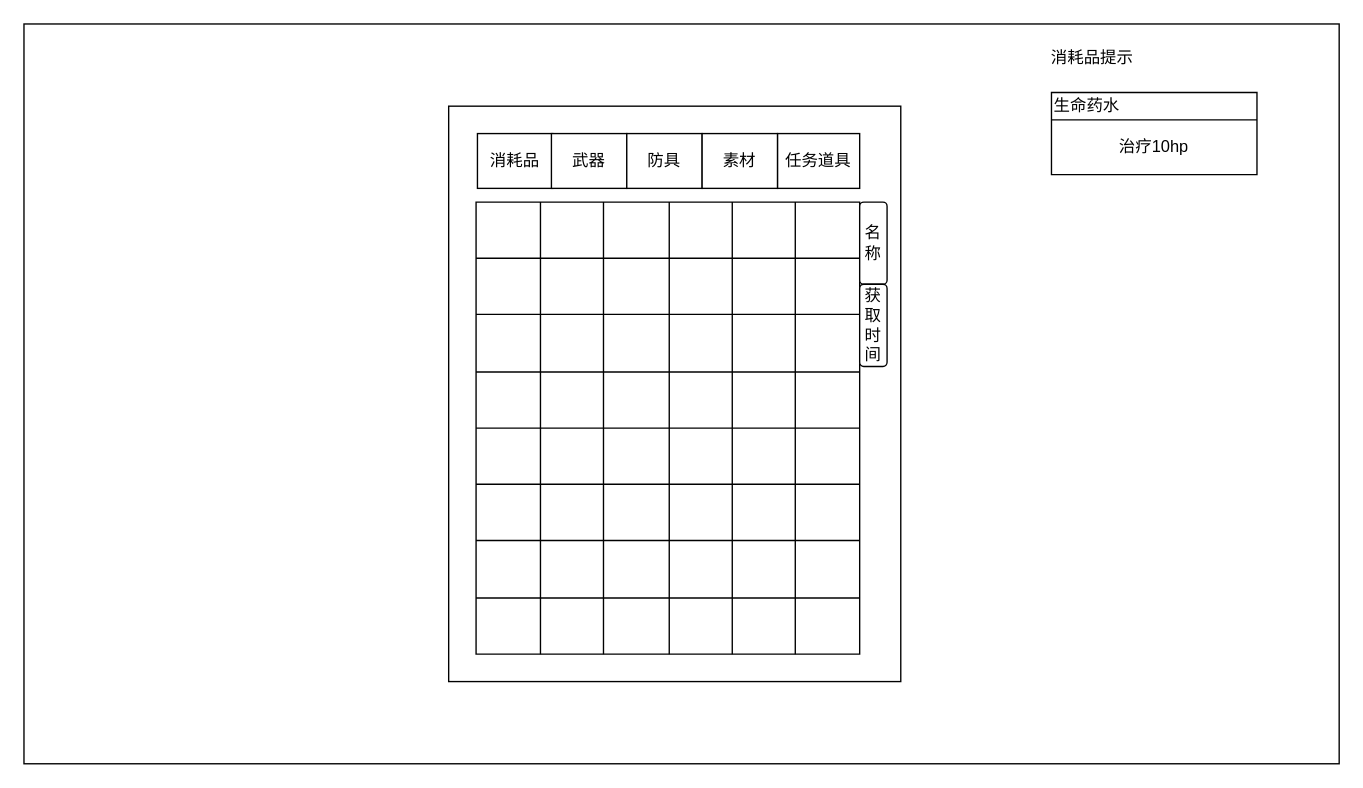
Before: inventory_ui.drawio in ssw940521/archerBackend, a draw.io diagram. Source tidied: cells renumbered, new cells numbered last; positions are measured from the earlier drawing's top-left corner, leaving out a move shared by most shapes. Both pictures are drawn from the tidied source at 137%, with x=0, y=0 at pixel (23, 23).
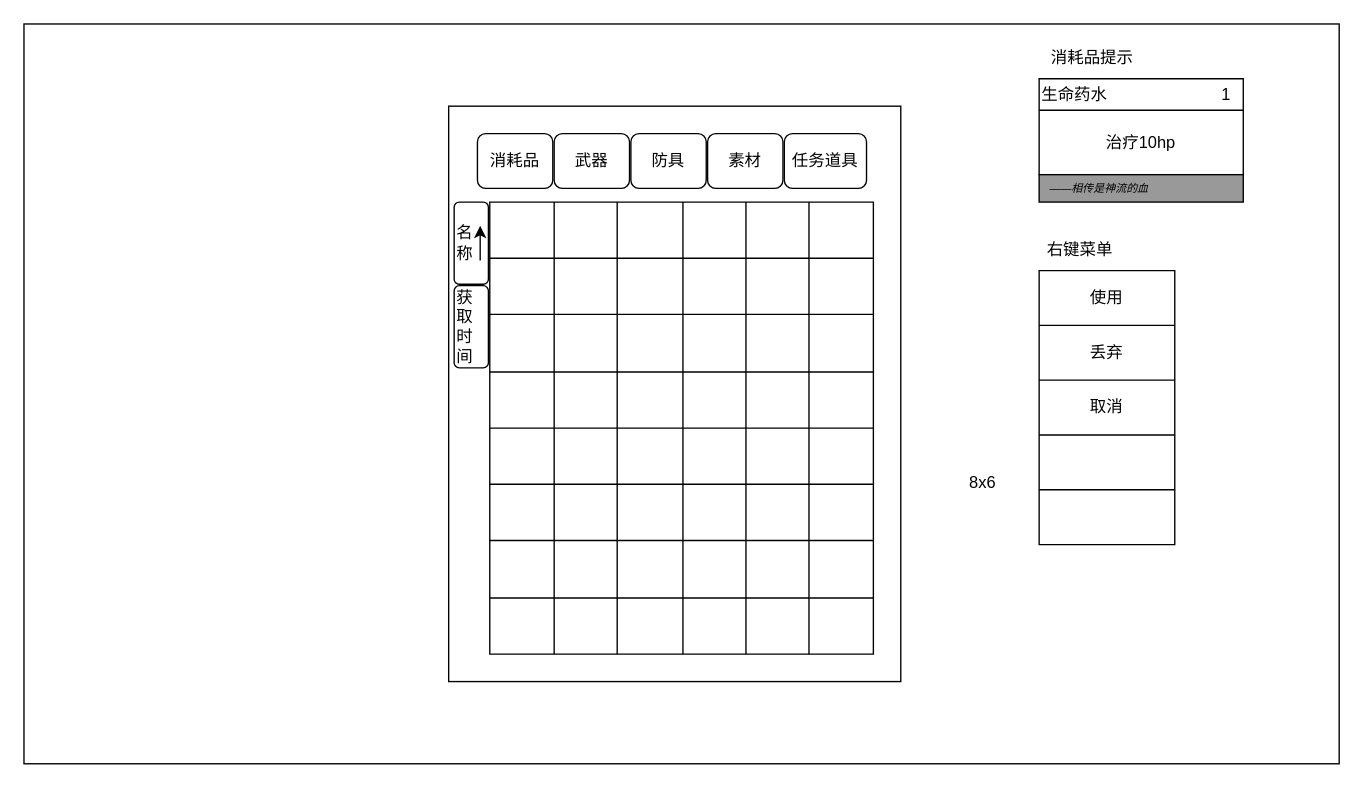
The same page after the edit.

The edit, as a diff of the source:
```diff
@@
-    <mxCell id="4" value="消耗品" style="rounded=0;whiteSpace=wrap;html=1;" parent="1" vertex="1">
+    <mxCell id="4" value="消耗品" style="rounded=1;whiteSpace=wrap;html=1;" parent="1" vertex="1">
       <mxGeometry x="331" y="80" width="55" height="40" as="geometry" />
     </mxCell>
-    <mxCell id="5" value="武器" style="rounded=0;whiteSpace=wrap;html=1;" parent="1" vertex="1">
-      <mxGeometry x="385" y="80" width="55" height="40" as="geometry" />
+    <mxCell id="5" value="武器" style="rounded=1;whiteSpace=wrap;html=1;" parent="1" vertex="1">
+      <mxGeometry x="387" y="80" width="55" height="40" as="geometry" />
     </mxCell>
-    <mxCell id="6" value="防具" style="rounded=0;whiteSpace=wrap;html=1;" parent="1" vertex="1">
-      <mxGeometry x="440" y="80" width="55" height="40" as="geometry" />
+    <mxCell id="6" value="防具" style="rounded=1;whiteSpace=wrap;html=1;" parent="1" vertex="1">
+      <mxGeometry x="443" y="80" width="55" height="40" as="geometry" />
     </mxCell>
-    <mxCell id="7" value="任务道具" style="rounded=0;whiteSpace=wrap;html=1;" parent="1" vertex="1">
-      <mxGeometry x="550" y="80" width="60" height="40" as="geometry" />
+    <mxCell id="7" value="任务道具" style="rounded=1;whiteSpace=wrap;html=1;" parent="1" vertex="1">
+      <mxGeometry x="555" y="80" width="60" height="40" as="geometry" />
     </mxCell>
-    <mxCell id="8" style="shape=table;startSize=0;childLayout=tableLayout;fillColor=none;" parent="1" vertex="1">
-      <mxGeometry x="330" y="130" width="280" height="330" as="geometry" />
+    <mxCell id="8" style="shape=table;startSize=0;childLayout=tableLayout;fillColor=none;rounded=0;shadow=0;" parent="1" vertex="1">
+      <mxGeometry x="340" y="130" width="280" height="330" as="geometry" />
     </mxCell>
@@
-    <mxCell id="65" value="素材" style="rounded=0;whiteSpace=wrap;html=1;" parent="1" vertex="1">
-      <mxGeometry x="495" y="80" width="55" height="40" as="geometry" />
+    <mxCell id="65" value="素材" style="rounded=1;whiteSpace=wrap;html=1;" parent="1" vertex="1">
+      <mxGeometry x="499" y="80" width="55" height="40" as="geometry" />
     </mxCell>
@@
     <mxCell id="67" style="shape=table;startSize=0;childLayout=tableLayout;" parent="1" vertex="1">
-      <mxGeometry x="750" y="50" width="150" height="60" as="geometry" />
+      <mxGeometry x="741" y="40" width="149" height="70" as="geometry" />
     </mxCell>
     <mxCell id="68" style="shape=tableRow;horizontal=0;startSize=0;swimlaneHead=0;swimlaneBody=0;strokeColor=inherit;top=0;left=0;bottom=0;right=0;fillColor=none;" parent="67" vertex="1">
-      <mxGeometry width="150" height="20" as="geometry" />
+      <mxGeometry width="149" height="23" as="geometry" />
     </mxCell>
-    <mxCell id="69" value="生命药水" style="shape=partialRectangle;html=1;whiteSpace=wrap;strokeColor=inherit;overflow=hidden;fillColor=none;top=0;left=0;bottom=0;right=0;align=left;" parent="68" vertex="1">
-      <mxGeometry width="150" height="20" as="geometry" />
+    <mxCell id="69" value="生命药水&amp;nbsp; &amp;nbsp; &amp;nbsp; &amp;nbsp; &amp;nbsp; &amp;nbsp; &amp;nbsp; &amp;nbsp; &amp;nbsp; &amp;nbsp; &amp;nbsp; &amp;nbsp; &amp;nbsp;1" style="shape=partialRectangle;html=1;whiteSpace=wrap;strokeColor=inherit;overflow=hidden;fillColor=none;top=0;left=0;bottom=0;right=0;align=left;" parent="68" vertex="1">
+      <mxGeometry width="149" height="23" as="geometry" />
     </mxCell>
     <mxCell id="70" style="shape=tableRow;horizontal=0;startSize=0;swimlaneHead=0;swimlaneBody=0;strokeColor=inherit;top=0;left=0;bottom=0;right=0;fillColor=none;" parent="67" vertex="1">
-      <mxGeometry y="20" width="150" height="40" as="geometry" />
+      <mxGeometry y="23" width="149" height="47" as="geometry" />
     </mxCell>
     <mxCell id="71" value="治疗10h&lt;span style=&quot;background-color: transparent; color: light-dark(rgb(0, 0, 0), rgb(255, 255, 255));&quot;&gt;p&lt;/span&gt;" style="shape=partialRectangle;html=1;whiteSpace=wrap;strokeColor=inherit;overflow=hidden;fillColor=none;top=0;left=0;bottom=0;right=0;" parent="70" vertex="1">
-      <mxGeometry width="150" height="40" as="geometry" />
+      <mxGeometry width="149" height="47" as="geometry" />
     </mxCell>
+    <mxCell id="73" value="获取时间" style="rounded=1;whiteSpace=wrap;html=1;align=left;" parent="1" vertex="1">
+      <mxGeometry x="314" y="191" width="25" height="60" as="geometry" />
+    </mxCell>
+    <mxCell id="74" value="8x6" style="text;strokeColor=none;align=center;fillColor=none;html=1;verticalAlign=middle;whiteSpace=wrap;rounded=0;" parent="1" vertex="1">
+      <mxGeometry x="670" y="320" width="60" height="30" as="geometry" />
+    </mxCell>
+    <mxCell id="75" style="group;" parent="1" vertex="1">
+      <mxGeometry x="314" y="130" width="25" height="60" as="geometry" />
+    </mxCell>
-    <mxCell id="72" value="名称" style="rounded=1;whiteSpace=wrap;html=1;" parent="1" vertex="1">
-      <mxGeometry x="610" y="130" width="20" height="60" as="geometry" />
+    <mxCell id="72" value="名称" style="rounded=1;whiteSpace=wrap;html=1;align=left;" parent="75" vertex="1">
+      <mxGeometry width="25" height="60" as="geometry" />
     </mxCell>
-    <mxCell id="73" value="获取时间" style="rounded=1;whiteSpace=wrap;html=1;" parent="1" vertex="1">
-      <mxGeometry x="610" y="190" width="20" height="60" as="geometry" />
-    </mxCell>
+    <mxCell id="76" style="endArrow=classic;html=1;rounded=0;" parent="75" edge="1">
+      <mxGeometry relative="1" as="geometry">
+        <mxPoint x="19" y="42.7" as="sourcePoint" />
+        <mxPoint x="19" y="17.3" as="targetPoint" />
+      </mxGeometry>
+    </mxCell>
+    <mxCell id="77" style="rounded=0;whiteSpace=wrap;html=1;fillColor=#999999;" parent="1" vertex="1">
+      <mxGeometry x="741" y="110" width="149" height="20" as="geometry" />
+    </mxCell>
+    <mxCell id="78" value="&lt;span&gt;&lt;i&gt;——相传是神流的血&lt;/i&gt;&lt;/span&gt;" style="text;strokeColor=none;align=center;fillColor=none;html=1;verticalAlign=middle;whiteSpace=wrap;rounded=0;labelBackgroundColor=none;fontSize=8;" parent="1" vertex="1">
+      <mxGeometry x="740" y="105" width="90" height="30" as="geometry" />
+    </mxCell>
+    <mxCell id="79" value="右键菜单" style="text;strokeColor=none;align=center;fillColor=none;html=1;verticalAlign=middle;whiteSpace=wrap;rounded=0;" parent="1" vertex="1">
+      <mxGeometry x="741" y="150" width="60" height="30" as="geometry" />
+    </mxCell>
+    <mxCell id="80" style="shape=table;startSize=0;childLayout=tableLayout;" parent="1" vertex="1">
+      <mxGeometry x="741" y="180" width="99" height="200" as="geometry" />
+    </mxCell>
+    <mxCell id="81" style="shape=tableRow;horizontal=0;startSize=0;swimlaneHead=0;swimlaneBody=0;strokeColor=inherit;top=0;left=0;bottom=0;right=0;fillColor=none;" parent="80" vertex="1">
+      <mxGeometry width="99" height="40" as="geometry" />
+    </mxCell>
+    <mxCell id="82" value="使用" style="shape=partialRectangle;html=1;whiteSpace=wrap;strokeColor=inherit;overflow=hidden;fillColor=none;top=0;left=0;bottom=0;right=0;" parent="81" vertex="1">
+      <mxGeometry width="99" height="40" as="geometry" />
+    </mxCell>
+    <mxCell id="83" style="shape=tableRow;horizontal=0;startSize=0;swimlaneHead=0;swimlaneBody=0;strokeColor=inherit;top=0;left=0;bottom=0;right=0;fillColor=none;" parent="80" vertex="1">
+      <mxGeometry y="40" width="99" height="40" as="geometry" />
+    </mxCell>
+    <mxCell id="84" value="丢弃" style="shape=partialRectangle;html=1;whiteSpace=wrap;strokeColor=inherit;overflow=hidden;fillColor=none;top=0;left=0;bottom=0;right=0;" parent="83" vertex="1">
+      <mxGeometry width="99" height="40" as="geometry" />
+    </mxCell>
+    <mxCell id="85" style="shape=tableRow;horizontal=0;startSize=0;swimlaneHead=0;swimlaneBody=0;strokeColor=inherit;top=0;left=0;bottom=0;right=0;fillColor=none;" parent="80" vertex="1">
+      <mxGeometry y="80" width="99" height="40" as="geometry" />
+    </mxCell>
+    <mxCell id="86" value="取消" style="shape=partialRectangle;html=1;whiteSpace=wrap;strokeColor=inherit;overflow=hidden;fillColor=none;top=0;left=0;bottom=0;right=0;" parent="85" vertex="1">
+      <mxGeometry width="99" height="40" as="geometry" />
+    </mxCell>
+    <mxCell id="87" style="shape=tableRow;horizontal=0;startSize=0;swimlaneHead=0;swimlaneBody=0;strokeColor=inherit;top=0;left=0;bottom=0;right=0;fillColor=none;" parent="80" vertex="1">
+      <mxGeometry y="120" width="99" height="40" as="geometry" />
+    </mxCell>
+    <mxCell id="88" style="shape=partialRectangle;html=1;whiteSpace=wrap;strokeColor=inherit;overflow=hidden;fillColor=none;top=0;left=0;bottom=0;right=0;" parent="87" vertex="1">
+      <mxGeometry width="99" height="40" as="geometry" />
+    </mxCell>
+    <mxCell id="89" style="shape=tableRow;horizontal=0;startSize=0;swimlaneHead=0;swimlaneBody=0;strokeColor=inherit;top=0;left=0;bottom=0;right=0;fillColor=none;" parent="80" vertex="1">
+      <mxGeometry y="160" width="99" height="40" as="geometry" />
+    </mxCell>
+    <mxCell id="90" style="shape=partialRectangle;html=1;whiteSpace=wrap;strokeColor=inherit;overflow=hidden;fillColor=none;top=0;left=0;bottom=0;right=0;" parent="89" vertex="1">
+      <mxGeometry width="99" height="40" as="geometry" />
+    </mxCell>
```
